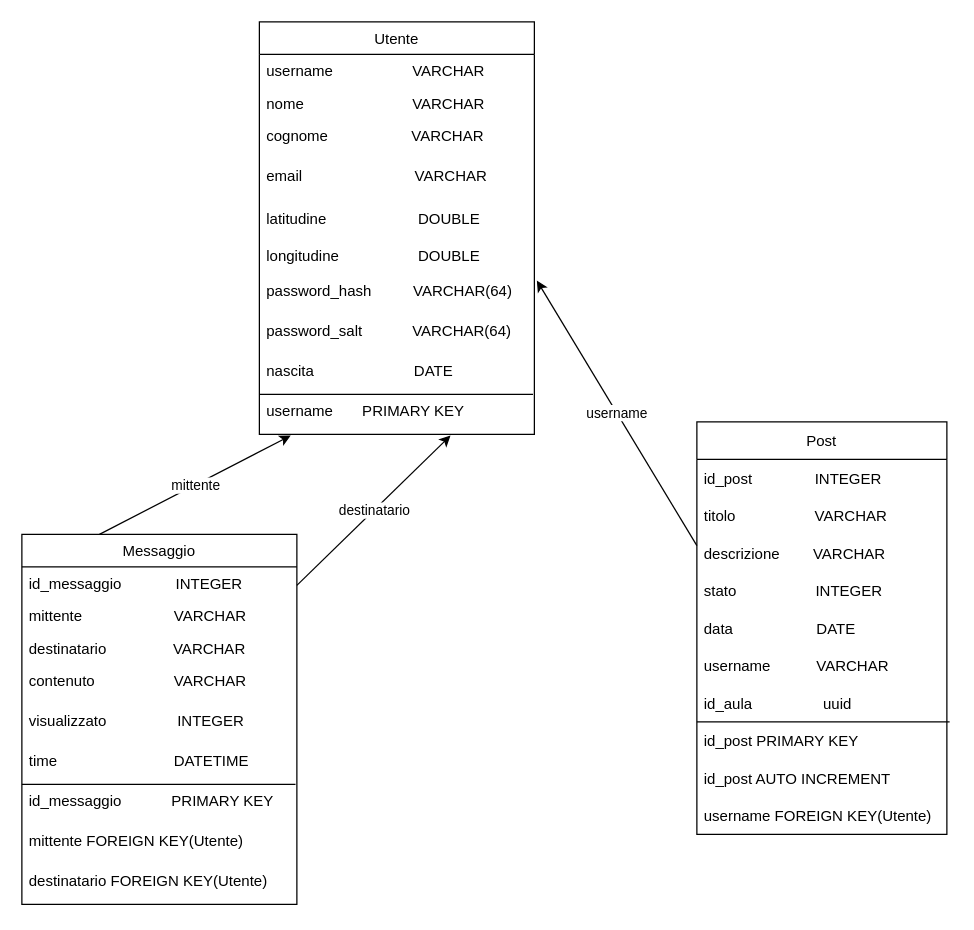
Zanotto-Enrico/fitemsAPI keeps this draw.io diagram as schema.drawio. Above is the earlier version. Source tidied: cells renumbered, new cells numbered last; positions are measured from the earlier drawing's top-left corner, leaving out a move shared by most shapes. Both pictures are drawn from the tidied source at 125%, with x=0, y=0 at pixel (21, 21).
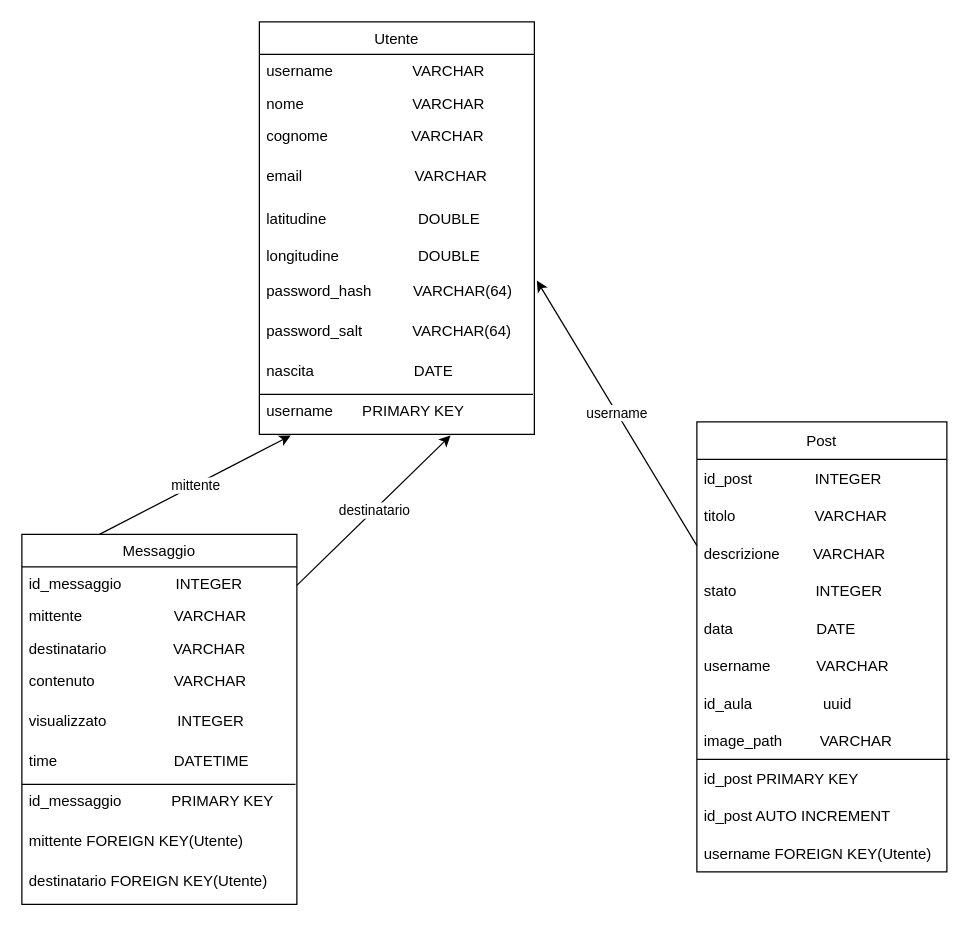
After the change.

The edit, as a diff of the source:
```diff
@@
     <mxCell id="2" value="Post" style="swimlane;fontStyle=0;horizontal=1;startSize=30;" parent="1" vertex="1">
-      <mxGeometry x="540" y="320" width="200" height="330" as="geometry" />
+      <mxGeometry x="540" y="320" width="200" height="360" as="geometry" />
     </mxCell>
@@
+    <mxCell id="43" value="image_path         VARCHAR" style="text;strokeColor=none;fillColor=none;align=left;verticalAlign=middle;spacingLeft=4;spacingRight=4;overflow=hidden;" parent="2" vertex="1">
+      <mxGeometry y="240" width="200" height="30" as="geometry" />
+    </mxCell>
     <mxCell id="11" value="id_post PRIMARY KEY" style="text;strokeColor=none;fillColor=none;align=left;verticalAlign=middle;spacingLeft=4;spacingRight=4;overflow=hidden;points=[[0,0.5],[1,0.5]];portConstraint=eastwest;" parent="2" vertex="1">
-      <mxGeometry y="240" width="200" height="30" as="geometry" />
+      <mxGeometry y="270" width="200" height="30" as="geometry" />
     </mxCell>
     <mxCell id="12" value="id_post AUTO INCREMENT" style="text;strokeColor=none;fillColor=none;align=left;verticalAlign=middle;spacingLeft=4;spacingRight=4;overflow=hidden;" parent="2" vertex="1">
-      <mxGeometry y="270" width="200" height="30" as="geometry" />
+      <mxGeometry y="300" width="200" height="30" as="geometry" />
     </mxCell>
     <mxCell id="13" value="username FOREIGN KEY(Utente)" style="text;strokeColor=none;fillColor=none;align=left;verticalAlign=middle;spacingLeft=4;spacingRight=4;overflow=hidden;" parent="2" vertex="1">
-      <mxGeometry y="300" width="200" height="30" as="geometry" />
+      <mxGeometry y="330" width="200" height="30" as="geometry" />
     </mxCell>
```
